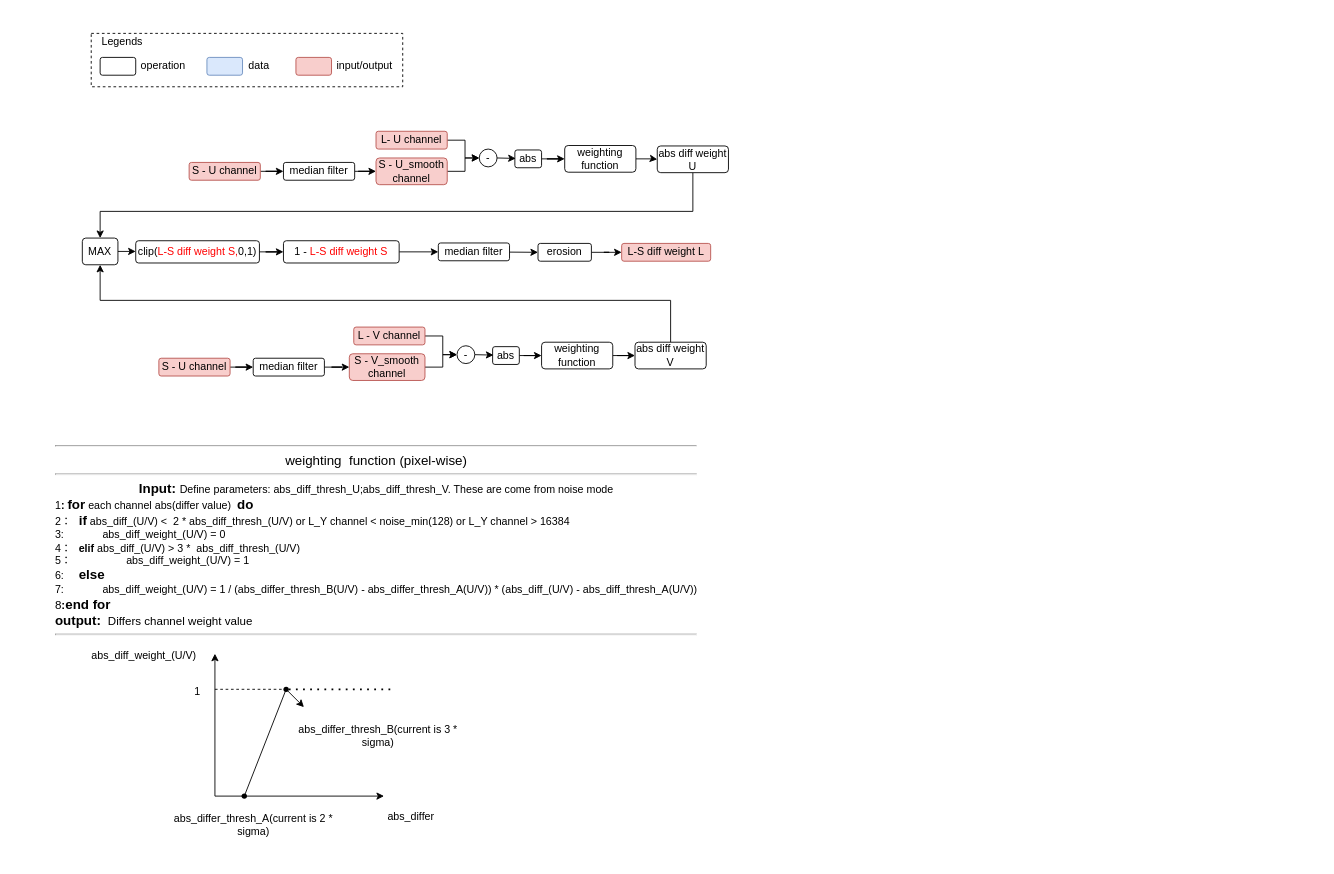
Above: page "L-S mask improve" (19 of 21) of sunshine.drawio in leixuehui/drawio (draw.io), before the change. Source tidied: cells renumbered, new cells numbered last; positions are measured from the earlier drawing's top-left corner, leaving out a move shared by most shapes. Both pictures are drawn from the tidied source at 89%, with x=0, y=0 at pixel (46, 33).
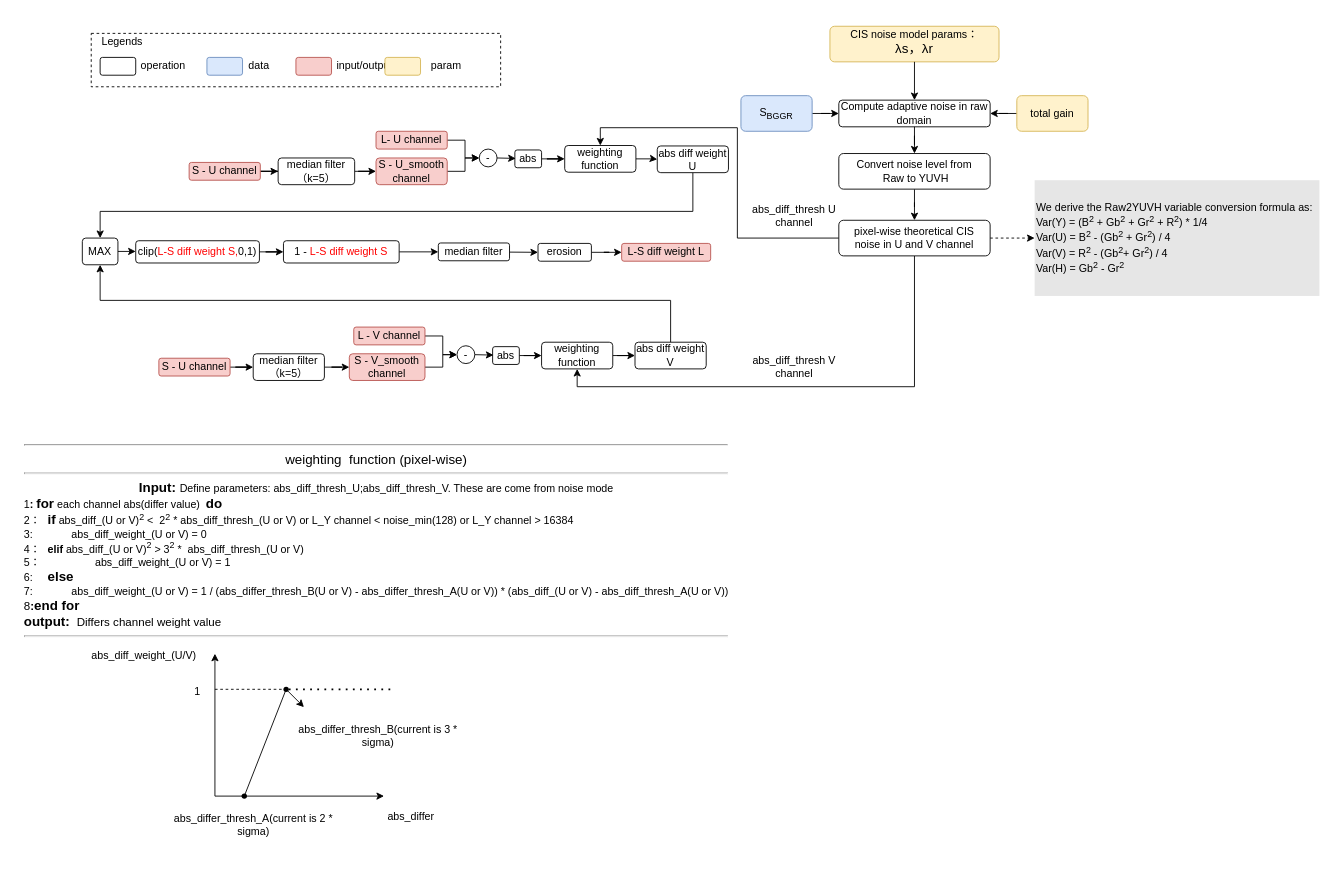
The same page after the edit.

The change refers to these unchanged cells:
```xml
<mxCell id="27" style="group;" parent="1" vertex="1">
  <mxGeometry x="40" y="110" width="726" height="280" as="geometry" />
</mxCell>
<mxCell id="51" value="weighting function" style="rounded=1;whiteSpace=wrap;html=1;arcSize=13;" parent="27" vertex="1">
  <mxGeometry x="542" y="16" width="80" height="30" as="geometry" />
</mxCell>
<mxCell id="56" value="weighting function" style="rounded=1;whiteSpace=wrap;html=1;arcSize=13;" parent="27" vertex="1">
  <mxGeometry x="516" y="237" width="80" height="30" as="geometry" />
</mxCell>
```

Diff of the diagram source:
```diff
@@
     <mxCell id="2" style="rounded=0;whiteSpace=wrap;html=1;fillColor=none;dashed=1;" parent="1" vertex="1">
-      <mxGeometry x="50" width="350" height="60" as="geometry" />
+      <mxGeometry x="50" width="460" height="60" as="geometry" />
     </mxCell>
@@
     <mxCell id="10" style="group;" parent="1" vertex="1">
-      <mxGeometry y="450" width="740" height="477" as="geometry" />
+      <mxGeometry y="450" width="775" height="477" as="geometry" />
     </mxCell>
-    <mxCell id="11" value="&lt;div&gt;&lt;hr&gt;&lt;font style=&quot;font-size: 15px;&quot;&gt;weighting&amp;nbsp; function (pixel-wise)&lt;/font&gt;&lt;hr&gt;&lt;/div&gt;&lt;div&gt;&lt;b&gt;&lt;font style=&quot;font-size: 15px;&quot;&gt;Input: &lt;/font&gt;&lt;/b&gt;Define parameters: abs_diff_thresh_U;abs_diff_thresh_V. These are come from noise mode&lt;/div&gt;&lt;div align=&quot;left&quot;&gt;1&lt;b&gt;: &lt;font style=&quot;font-size: 15px;&quot;&gt;for&lt;/font&gt;&lt;/b&gt; each channel abs(differ value)&amp;nbsp; &lt;font style=&quot;font-size: 15px;&quot;&gt;&lt;b&gt;do&lt;/b&gt;&lt;/font&gt;&lt;/div&gt;&lt;div align=&quot;left&quot;&gt;2：&lt;span style=&quot;white-space: pre;&quot;&gt;&#9;&lt;b&gt;&lt;font style=&quot;font-size: 15px;&quot;&gt;if&lt;/font&gt;&lt;/b&gt; abs_diff_(U/V) &amp;lt;  &lt;/span&gt;2 * abs_diff_thresh_(U/V) or L_Y channel &amp;lt; noise_min(128) or L_Y channel &amp;gt; 16384&lt;/div&gt;&lt;div align=&quot;left&quot;&gt;3:&amp;nbsp;&amp;nbsp;&amp;nbsp;&amp;nbsp;&amp;nbsp;&amp;nbsp;&amp;nbsp;&amp;nbsp;&amp;nbsp; &lt;span style=&quot;white-space: pre;&quot;&gt;&#9;&lt;/span&gt;abs_diff_weight_(U/V) = 0&lt;br&gt;&lt;/div&gt;&lt;div style=&quot;&quot; align=&quot;left&quot;&gt;4：&lt;span style=&quot;white-space: pre;&quot;&gt;&#9;&lt;/span&gt;&lt;b&gt;elif&lt;/b&gt;&amp;nbsp;&lt;span style=&quot;white-space: pre;&quot;&gt;abs_diff_(U/V)&lt;/span&gt;&lt;span style=&quot;white-space: pre;&quot;&gt; &amp;gt; 3 *  &lt;/span&gt;abs_diff_thresh_(U/V)&lt;/div&gt;&lt;div align=&quot;left&quot;&gt;5：&amp;nbsp; &lt;span style=&quot;white-space: pre;&quot;&gt;&#9;&lt;/span&gt;&lt;span style=&quot;white-space: pre;&quot;&gt;&#9;&lt;/span&gt;abs_diff_weight_(U/V) = 1&lt;/div&gt;&lt;div align=&quot;left&quot;&gt;6:&lt;span style=&quot;white-space: pre;&quot;&gt;&#9;&lt;/span&gt;&lt;b&gt;&lt;font style=&quot;font-size: 15px;&quot;&gt;else &lt;/font&gt;&lt;/b&gt;&lt;br&gt;&lt;/div&gt;&lt;div align=&quot;left&quot;&gt;7:&lt;span style=&quot;white-space: pre;&quot;&gt;&#9;&lt;/span&gt;&lt;span style=&quot;white-space: pre;&quot;&gt;&#9;&lt;/span&gt;abs_diff_weight_(U/V) = 1 / (abs_differ_thresh_B(U/V) - abs_differ_thresh_A(U/V)) * (&lt;span style=&quot;white-space: pre;&quot;&gt;abs_diff_(U/V) - &lt;/span&gt;abs_diff_thresh_A(U/V))&lt;br&gt;&lt;/div&gt;&lt;div align=&quot;left&quot; style=&quot;font-size: 13px;&quot;&gt;8&lt;b&gt;:&lt;/b&gt;&lt;font style=&quot;font-size: 15px;&quot;&gt;&lt;b&gt;end for &lt;br&gt;&lt;/b&gt;&lt;/font&gt;&lt;/div&gt;&lt;div align=&quot;left&quot; style=&quot;font-size: 13px;&quot;&gt;&lt;font style=&quot;font-size: 15px;&quot;&gt;&lt;b&gt;output:&amp;nbsp;&lt;/b&gt;&lt;/font&gt;&lt;font style=&quot;font-size: 13px;&quot;&gt; Differs&amp;nbsp;&lt;/font&gt;&lt;font style=&quot;font-size: 13px;&quot;&gt;channel&lt;/font&gt;&lt;font style=&quot;font-size: 13px;&quot;&gt; &lt;/font&gt;weight &lt;font style=&quot;font-size: 13px;&quot;&gt;value&lt;font style=&quot;font-size: 13px;&quot;&gt;&lt;b&gt;&lt;br&gt;&lt;/b&gt;&lt;/font&gt;&lt;/font&gt;&lt;hr&gt;&lt;/div&gt;" style="text;html=1;align=center;verticalAlign=middle;strokeColor=none;fillColor=none;" parent="10" vertex="1">
-      <mxGeometry width="740" height="240" as="geometry" />
+    <mxCell id="11" value="&lt;div&gt;&lt;hr&gt;&lt;font style=&quot;font-size: 15px;&quot;&gt;weighting&amp;nbsp; function (pixel-wise)&lt;/font&gt;&lt;hr&gt;&lt;/div&gt;&lt;div&gt;&lt;b&gt;&lt;font style=&quot;font-size: 15px;&quot;&gt;Input: &lt;/font&gt;&lt;/b&gt;Define parameters: abs_diff_thresh_U;abs_diff_thresh_V. These are come from noise mode&lt;/div&gt;&lt;div align=&quot;left&quot;&gt;1&lt;b&gt;: &lt;font style=&quot;font-size: 15px;&quot;&gt;for&lt;/font&gt;&lt;/b&gt; each channel abs(differ value)&amp;nbsp; &lt;font style=&quot;font-size: 15px;&quot;&gt;&lt;b&gt;do&lt;/b&gt;&lt;/font&gt;&lt;/div&gt;&lt;div align=&quot;left&quot;&gt;2：&lt;span style=&quot;white-space: pre;&quot;&gt;&#9;&lt;b&gt;&lt;font style=&quot;font-size: 15px;&quot;&gt;if&lt;/font&gt;&lt;/b&gt; abs_diff_(U or V)&lt;sup&gt;2&lt;/sup&gt; &amp;lt;  &lt;/span&gt;2&lt;sup&gt;2&lt;/sup&gt; * abs_diff_thresh_(U or V) or L_Y channel &amp;lt; noise_min(128) or L_Y channel &amp;gt; 16384&lt;/div&gt;&lt;div align=&quot;left&quot;&gt;3:&amp;nbsp;&amp;nbsp;&amp;nbsp;&amp;nbsp;&amp;nbsp;&amp;nbsp;&amp;nbsp;&amp;nbsp;&amp;nbsp; &lt;span style=&quot;white-space: pre;&quot;&gt;&#9;&lt;/span&gt;abs_diff_weight_(U or V) = 0&lt;br&gt;&lt;/div&gt;&lt;div style=&quot;&quot; align=&quot;left&quot;&gt;4：&lt;span style=&quot;white-space: pre;&quot;&gt;&#9;&lt;/span&gt;&lt;b&gt;elif&lt;/b&gt;&amp;nbsp;&lt;span style=&quot;white-space: pre;&quot;&gt;abs_diff_(U or V)&lt;sup&gt;2&lt;/sup&gt;&lt;/span&gt;&lt;span style=&quot;white-space: pre;&quot;&gt; &amp;gt; 3&lt;sup&gt;2&lt;/sup&gt; *  &lt;/span&gt;abs_diff_thresh_(U or V)&lt;/div&gt;&lt;div align=&quot;left&quot;&gt;5：&amp;nbsp; &lt;span style=&quot;white-space: pre;&quot;&gt;&#9;&lt;/span&gt;&lt;span style=&quot;white-space: pre;&quot;&gt;&#9;&lt;/span&gt;abs_diff_weight_(U or V) = 1&lt;/div&gt;&lt;div align=&quot;left&quot;&gt;6:&lt;span style=&quot;white-space: pre;&quot;&gt;&#9;&lt;/span&gt;&lt;b&gt;&lt;font style=&quot;font-size: 15px;&quot;&gt;else &lt;/font&gt;&lt;/b&gt;&lt;br&gt;&lt;/div&gt;&lt;div align=&quot;left&quot;&gt;7:&lt;span style=&quot;white-space: pre;&quot;&gt;&#9;&lt;/span&gt;&lt;span style=&quot;white-space: pre;&quot;&gt;&#9;&lt;/span&gt;abs_diff_weight_(U or V) = 1 / (abs_differ_thresh_B(U or V) - abs_differ_thresh_A(U or V)) * (&lt;span style=&quot;white-space: pre;&quot;&gt;abs_diff_(U or V) - &lt;/span&gt;abs_diff_thresh_A(U or V))&lt;br&gt;&lt;/div&gt;&lt;div align=&quot;left&quot; style=&quot;font-size: 13px;&quot;&gt;8&lt;b&gt;:&lt;/b&gt;&lt;font style=&quot;font-size: 15px;&quot;&gt;&lt;b&gt;end for &lt;br&gt;&lt;/b&gt;&lt;/font&gt;&lt;/div&gt;&lt;div align=&quot;left&quot; style=&quot;font-size: 13px;&quot;&gt;&lt;font style=&quot;font-size: 15px;&quot;&gt;&lt;b&gt;output:&amp;nbsp;&lt;/b&gt;&lt;/font&gt;&lt;font style=&quot;font-size: 13px;&quot;&gt; Differs&amp;nbsp;&lt;/font&gt;&lt;font style=&quot;font-size: 13px;&quot;&gt;channel&lt;/font&gt;&lt;font style=&quot;font-size: 13px;&quot;&gt; &lt;/font&gt;weight &lt;font style=&quot;font-size: 13px;&quot;&gt;value&lt;font style=&quot;font-size: 13px;&quot;&gt;&lt;b&gt;&lt;br&gt;&lt;/b&gt;&lt;/font&gt;&lt;/font&gt;&lt;hr&gt;&lt;/div&gt;" style="text;html=1;align=center;verticalAlign=middle;strokeColor=none;fillColor=none;" parent="10" vertex="1">
+      <mxGeometry x="-35" width="810" height="240" as="geometry" />
     </mxCell>
@@
-    <mxCell id="68" value="median filter" style="rounded=1;whiteSpace=wrap;html=1;arcSize=13;" parent="27" vertex="1">
-      <mxGeometry x="226" y="35" width="80" height="20" as="geometry" />
+    <mxCell id="68" value="median filter（k=5）" style="rounded=1;whiteSpace=wrap;html=1;arcSize=13;" parent="27" vertex="1">
+      <mxGeometry x="220" y="30" width="86" height="30" as="geometry" />
     </mxCell>
@@
-    <mxCell id="70" value="median filter" style="rounded=1;whiteSpace=wrap;html=1;arcSize=13;" parent="27" vertex="1">
-      <mxGeometry x="192" y="255" width="80" height="20" as="geometry" />
+    <mxCell id="70" value="median filter（k=5）" style="rounded=1;whiteSpace=wrap;html=1;arcSize=13;" parent="27" vertex="1">
+      <mxGeometry x="192" y="250" width="80" height="30" as="geometry" />
     </mxCell>
+    <mxCell id="71" value="&lt;div align=&quot;left&quot;&gt;&lt;font&gt;We derive the Raw2YUVH variable conversion formula as:&lt;/font&gt;&lt;/div&gt;&lt;div align=&quot;left&quot;&gt;&lt;font&gt;Var(Y) = (B&lt;sup&gt;2&lt;/sup&gt; + &lt;/font&gt;&lt;font&gt;Gb&lt;sup&gt;2&lt;/sup&gt; + Gr&lt;sup&gt;2&lt;/sup&gt;&lt;/font&gt;&lt;font&gt; + R&lt;sup&gt;2&lt;/sup&gt;) * 1/4&lt;/font&gt;&lt;/div&gt;&lt;div align=&quot;left&quot;&gt;&lt;font&gt;Var(U) = B&lt;sup&gt;2&lt;/sup&gt; - (&lt;/font&gt;&lt;font&gt;Gb&lt;sup&gt;2&lt;/sup&gt; + Gr&lt;sup&gt;2&lt;/sup&gt;&lt;/font&gt;&lt;font&gt;) / 4 &lt;br&gt;Var(V) = R&lt;sup&gt;2&lt;/sup&gt; - (&lt;/font&gt;&lt;font&gt;Gb&lt;sup&gt;2&lt;/sup&gt;+ Gr&lt;/font&gt;&lt;font&gt;&lt;sup&gt;2&lt;/sup&gt;) / 4&lt;br&gt;Var(H) = Gb&lt;sup&gt;2&lt;/sup&gt; - Gr&lt;sup&gt;2&lt;/sup&gt;&lt;/font&gt;&lt;/div&gt;" style="text;html=1;align=left;verticalAlign=middle;whiteSpace=wrap;rounded=0;labelBackgroundColor=none;fillColor=#E6E6E6;" parent="1" vertex="1">
+      <mxGeometry x="1110" y="165" width="320" height="130" as="geometry" />
+    </mxCell>
+    <mxCell id="72" style="rounded=1;whiteSpace=wrap;html=1;arcSize=13;fillColor=#fff2cc;strokeColor=#d6b656;" parent="1" vertex="1">
+      <mxGeometry x="380" y="27" width="40" height="20" as="geometry" />
+    </mxCell>
+    <mxCell id="73" value="param" style="text;html=1;strokeColor=none;fillColor=none;align=left;verticalAlign=middle;whiteSpace=wrap;rounded=0;" parent="1" vertex="1">
+      <mxGeometry x="430" y="27" width="40" height="20" as="geometry" />
+    </mxCell>
+    <mxCell id="74" style="edgeStyle=orthogonalEdgeStyle;rounded=0;jettySize=auto;html=1;entryX=0.5;entryY=0;entryDx=0;entryDy=0;" parent="1" edge="1" source="77" target="51">
+      <mxGeometry relative="1" as="geometry" />
+    </mxCell>
+    <mxCell id="75" style="edgeStyle=orthogonalEdgeStyle;rounded=0;jettySize=auto;html=1;entryX=0.5;entryY=1;entryDx=0;entryDy=0;" parent="1" edge="1" source="77" target="56">
+      <mxGeometry relative="1" as="geometry">
+        <Array as="points">
+          <mxPoint x="975" y="397" />
+          <mxPoint x="596" y="397" />
+        </Array>
+      </mxGeometry>
+    </mxCell>
+    <mxCell id="76" style="edgeStyle=orthogonalEdgeStyle;rounded=0;jettySize=auto;html=1;entryX=0;entryY=0.5;entryDx=0;entryDy=0;dashed=1;" parent="1" edge="1" source="77" target="71">
+      <mxGeometry relative="1" as="geometry" />
+    </mxCell>
+    <mxCell id="77" value="&lt;div&gt;pixel-wise theoretical CIS&lt;/div&gt;&lt;div&gt;noise in U and V channel&lt;/div&gt;" style="whiteSpace=wrap;html=1;rounded=1;arcSize=13;" parent="1" vertex="1">
+      <mxGeometry x="890" y="210" width="170" height="40" as="geometry" />
+    </mxCell>
+    <mxCell id="78" style="edgeStyle=orthogonalEdgeStyle;rounded=0;jettySize=auto;html=1;" parent="1" edge="1" source="84" target="77">
+      <mxGeometry relative="1" as="geometry" />
+    </mxCell>
+    <mxCell id="79" value="&lt;div&gt;abs_diff_thresh U&lt;/div&gt;&lt;div&gt;channel&lt;/div&gt;" style="text;html=1;align=center;verticalAlign=middle;whiteSpace=wrap;rounded=0;" parent="1" vertex="1">
+      <mxGeometry x="790" y="190" width="100" height="30" as="geometry" />
+    </mxCell>
+    <mxCell id="80" value="&lt;div&gt;abs_diff_thresh V&lt;/div&gt;&lt;div&gt;channel&lt;/div&gt;" style="text;html=1;align=center;verticalAlign=middle;whiteSpace=wrap;rounded=0;" parent="1" vertex="1">
+      <mxGeometry x="790" y="360" width="100" height="30" as="geometry" />
+    </mxCell>
+    <mxCell id="81" style="edgeStyle=orthogonalEdgeStyle;rounded=0;jettySize=auto;html=1;" parent="1" edge="1" source="82" target="83">
+      <mxGeometry relative="1" as="geometry" />
+    </mxCell>
+    <mxCell id="82" value="total gain" style="rounded=1;whiteSpace=wrap;html=1;arcSize=13;fillColor=#fff2cc;strokeColor=#d6b656;" parent="1" vertex="1">
+      <mxGeometry x="1090" y="70" width="80" height="40" as="geometry" />
+    </mxCell>
+    <mxCell id="83" value="Compute adaptive noise in raw domain" style="whiteSpace=wrap;html=1;rounded=1;arcSize=13;" parent="1" vertex="1">
+      <mxGeometry x="890" y="75" width="170" height="30" as="geometry" />
+    </mxCell>
+    <mxCell id="84" value="&lt;div&gt;Convert noise level from&lt;/div&gt;&lt;div&gt;&amp;nbsp;Raw to YUVH &lt;/div&gt;" style="whiteSpace=wrap;html=1;rounded=1;arcSize=13;" parent="1" vertex="1">
+      <mxGeometry x="890" y="135" width="170" height="40" as="geometry" />
+    </mxCell>
+    <mxCell id="85" style="group;" parent="1" vertex="1">
+      <mxGeometry x="780" y="-10" width="390" height="42" as="geometry" />
+    </mxCell>
+    <mxCell id="86" value="&lt;div align=&quot;center&quot;&gt;&lt;br&gt;&lt;/div&gt;&lt;div align=&quot;center&quot;&gt;CIS noise model params：&lt;/div&gt;&lt;div align=&quot;center&quot;&gt;&lt;font style=&quot;font-size: 15px;&quot;&gt;λs，λr&lt;/font&gt;&lt;/div&gt;&lt;div&gt;&lt;sub&gt;&lt;br&gt;&lt;/sub&gt;&lt;/div&gt;" style="whiteSpace=wrap;html=1;rounded=1;arcSize=13;fillColor=#fff2cc;strokeColor=#d6b656;align=center;" parent="85" vertex="1">
+      <mxGeometry x="100" y="2" width="190" height="40" as="geometry" />
+    </mxCell>
+    <mxCell id="87" style="edgeStyle=orthogonalEdgeStyle;rounded=0;jettySize=auto;html=1;" parent="1" edge="1" source="83" target="84">
+      <mxGeometry relative="1" as="geometry" />
+    </mxCell>
+    <mxCell id="88" style="edgeStyle=orthogonalEdgeStyle;rounded=0;jettySize=auto;html=1;entryX=0.5;entryY=0;entryDx=0;entryDy=0;" parent="1" edge="1" source="86" target="83">
+      <mxGeometry relative="1" as="geometry" />
+    </mxCell>
+    <mxCell id="89" style="edgeStyle=orthogonalEdgeStyle;rounded=0;jettySize=auto;html=1;" parent="1" edge="1" source="90" target="83">
+      <mxGeometry relative="1" as="geometry" />
+    </mxCell>
+    <mxCell id="90" value="S&lt;sub&gt;BGGR&lt;/sub&gt;" style="rounded=1;whiteSpace=wrap;html=1;arcSize=13;fillColor=#dae8fc;strokeColor=#6c8ebf;" parent="1" vertex="1">
+      <mxGeometry x="780" y="70" width="80" height="40" as="geometry" />
+    </mxCell>
```
